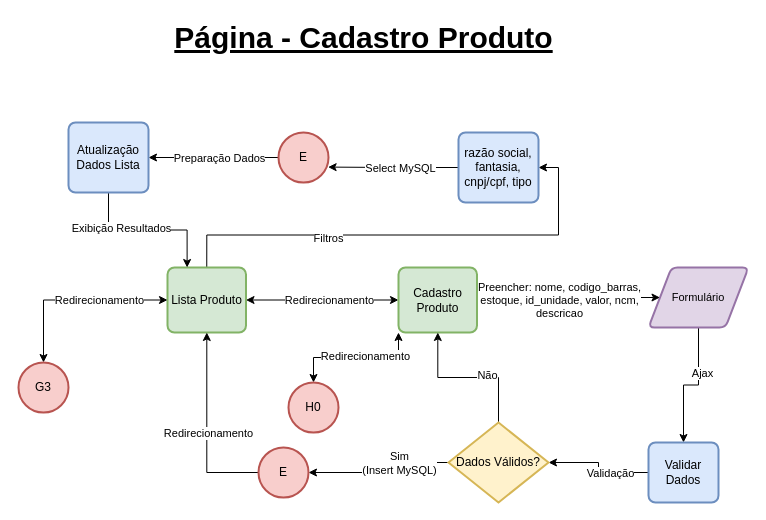
CSFelix/UML keeps this draw.io diagram as page "Flow - Cadastro Produtos" (10 of 17) of APS-FLOW.drawio. Above is the earlier version. Source tidied: cells renumbered, new cells numbered last; positions are measured from the earlier drawing's top-left corner, leaving out a move shared by most shapes. Both pictures are drawn from the tidied source at 100%, with x=0, y=0 at pixel (18, 17).
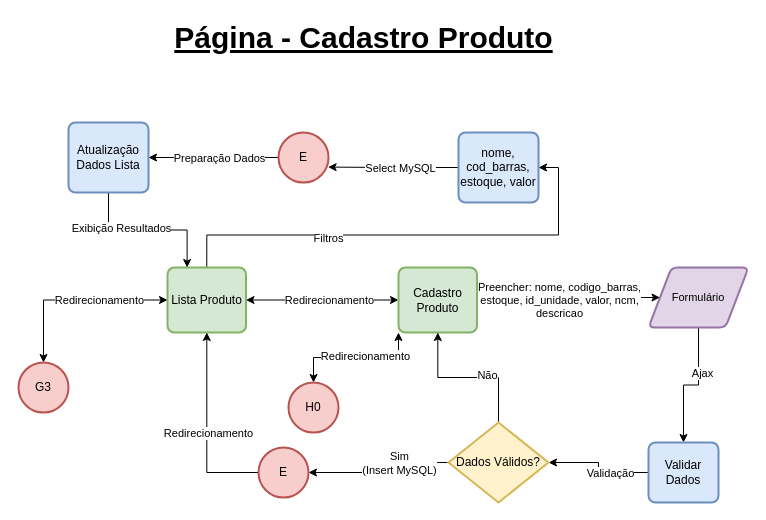
The same diagram, later.

Diff of the diagram source:
```diff
@@
-    <mxCell id="21" value="razão social, fantasia, cnpj/cpf, tipo" style="rounded=1;whiteSpace=wrap;html=1;absoluteArcSize=1;arcSize=14;strokeWidth=2;fillColor=#dae8fc;strokeColor=#6c8ebf;" parent="1" vertex="1">
+    <mxCell id="21" value="nome, cod_barras, estoque, valor" style="rounded=1;whiteSpace=wrap;html=1;absoluteArcSize=1;arcSize=14;strokeWidth=2;fillColor=#dae8fc;strokeColor=#6c8ebf;" parent="1" vertex="1">
       <mxGeometry x="440" y="115" width="80" height="70" as="geometry" />
     </mxCell>
```
